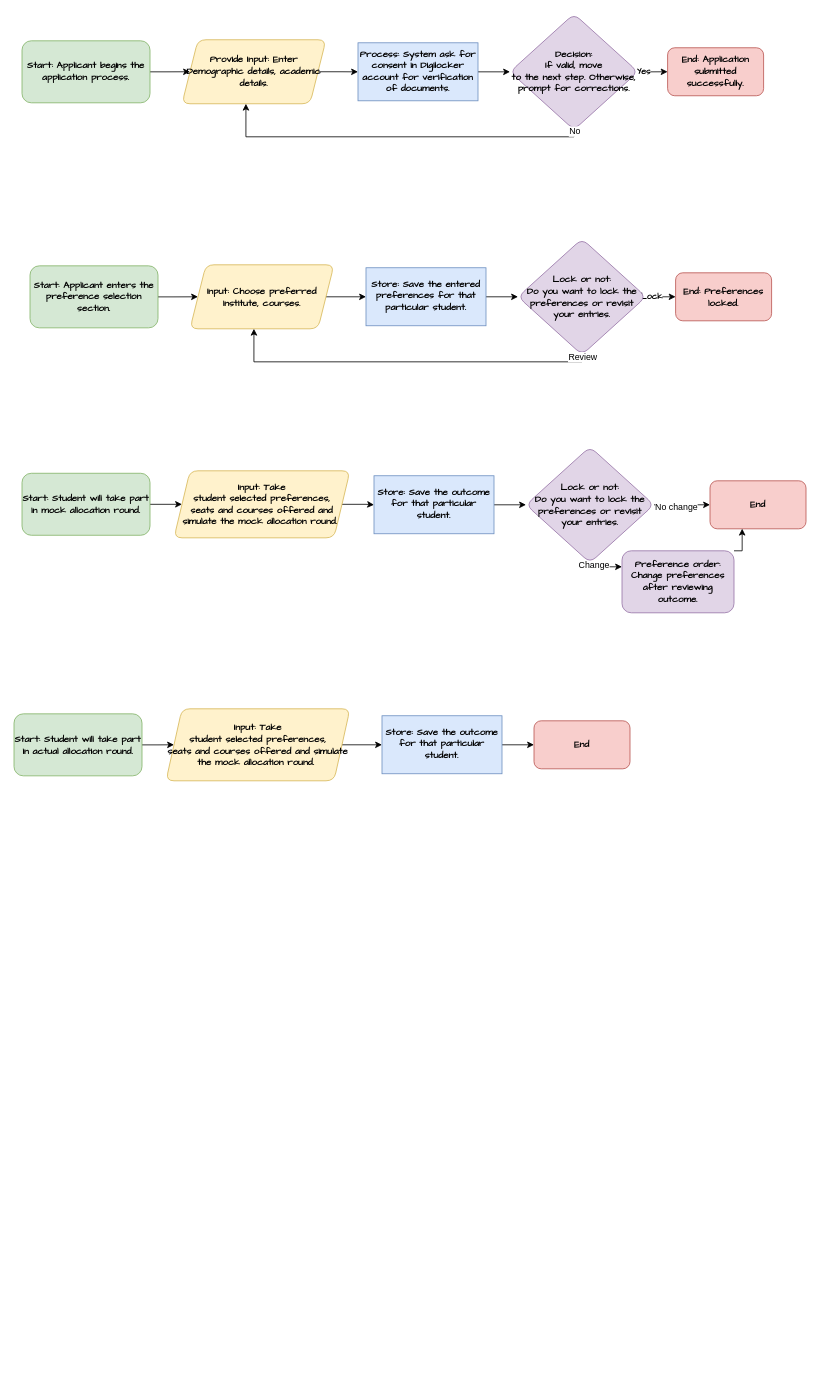
Before: Architecture.drawio in prateek1o1/draw.io, a draw.io diagram. Source tidied: cells renumbered, new cells numbered last; positions are measured from the earlier drawing's top-left corner, leaving out a move shared by most shapes. Both pictures are drawn from the tidied source at 80%, with x=0, y=0 at pixel (14, 14). Pictures stored in the file or linked from it are replaced by grey dashed boxes.
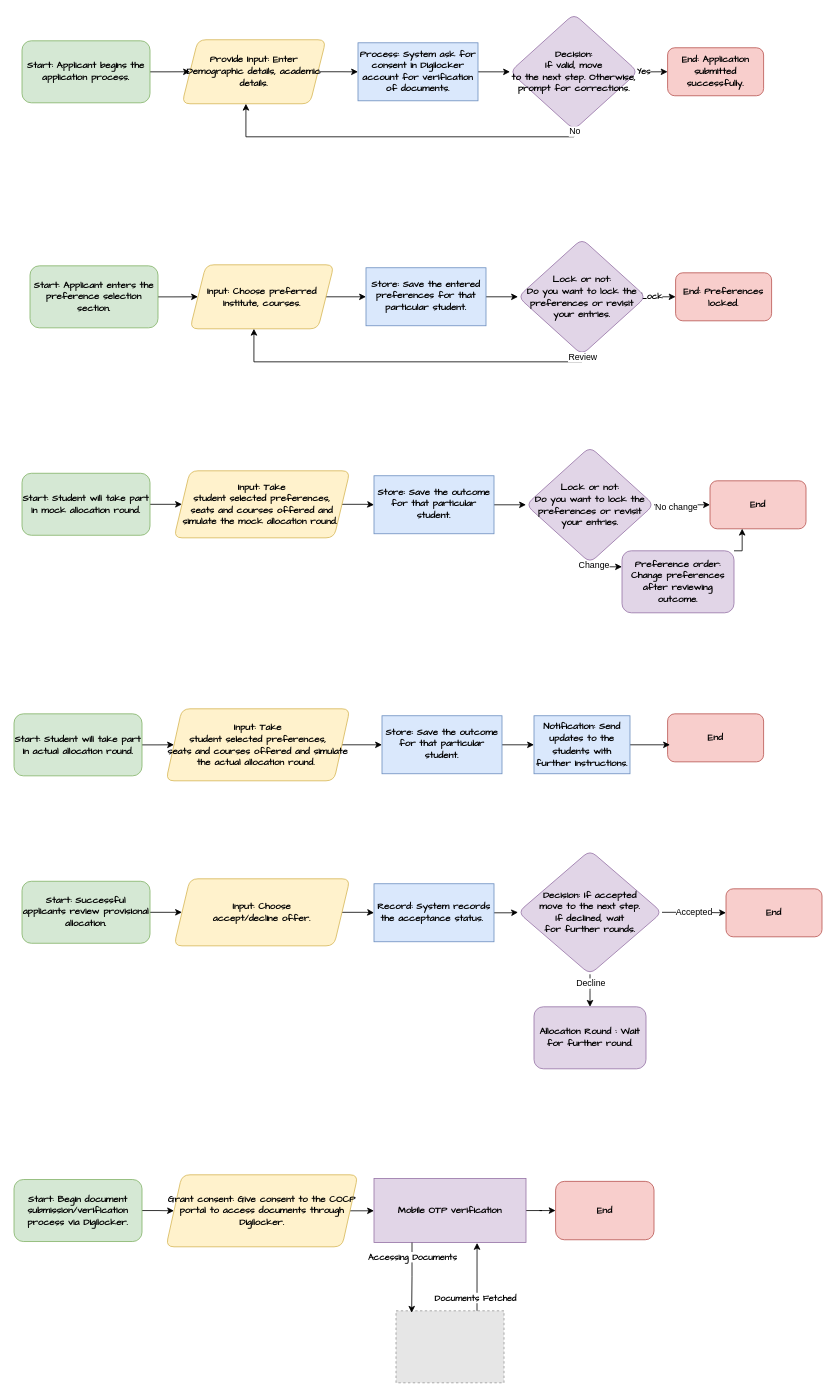
After the change.

Diff of the diagram source:
```diff
@@
-    <mxCell id="43" value="Input: Take &lt;br&gt;student selected preferences, &lt;br&gt;seats and courses offered and simulate the mock allocation round.&amp;nbsp;" style="shape=parallelogram;perimeter=parallelogramPerimeter;whiteSpace=wrap;html=1;fixedSize=1;align=center;rounded=1;fontStyle=1;fontFamily=Comic Sans MS;fillColor=#fff2cc;strokeColor=#d6b656;" parent="1" vertex="1">
+    <mxCell id="43" value="Input: Take &lt;br&gt;student selected preferences, &lt;br&gt;seats and courses offered and simulate the actual allocation round.&amp;nbsp;" style="shape=parallelogram;perimeter=parallelogramPerimeter;whiteSpace=wrap;html=1;fixedSize=1;align=center;rounded=1;fontStyle=1;fontFamily=Comic Sans MS;fillColor=#fff2cc;strokeColor=#d6b656;" parent="1" vertex="1">
       <mxGeometry x="190" y="868.5" width="230" height="90" as="geometry" />
     </mxCell>
@@
     <mxCell id="46" value="End" style="whiteSpace=wrap;html=1;rounded=1;fontStyle=1;fontFamily=Comic Sans MS;fillColor=#f8cecc;strokeColor=#b85450;" parent="1" vertex="1">
-      <mxGeometry x="650" y="883.5" width="120" height="60" as="geometry" />
+      <mxGeometry x="817" y="874.8" width="120" height="60" as="geometry" />
     </mxCell>
+    <mxCell id="47" style="edgeStyle=orthogonalEdgeStyle;rounded=0;jettySize=auto;html=1;" parent="1" edge="1" source="48">
+      <mxGeometry relative="1" as="geometry">
+        <mxPoint x="820" y="913.5" as="targetPoint" />
+      </mxGeometry>
+    </mxCell>
+    <mxCell id="48" value="&lt;font face=&quot;Comic Sans MS&quot;&gt;&lt;b&gt;Notification: Send updates to the students with further instructions.&lt;/b&gt;&lt;/font&gt;" style="rounded=0;whiteSpace=wrap;html=1;fillColor=#dae8fc;strokeColor=#6c8ebf;" parent="1" vertex="1">
+      <mxGeometry x="650" y="877.2" width="120" height="72.5" as="geometry" />
+    </mxCell>
+    <mxCell id="49" style="edgeStyle=orthogonalEdgeStyle;rounded=0;jettySize=auto;html=1;fontStyle=1;fontFamily=Comic Sans MS;" parent="1" edge="1" source="50" target="52">
+      <mxGeometry relative="1" as="geometry" />
+    </mxCell>
+    <mxCell id="50" value="Start: Successful applicants review provisional allocation." style="rounded=1;whiteSpace=wrap;html=1;align=center;fontStyle=1;fontFamily=Comic Sans MS;fillColor=#d5e8d4;strokeColor=#82b366;" parent="1" vertex="1">
+      <mxGeometry x="10" y="1084.1" width="160" height="77.5" as="geometry" />
+    </mxCell>
+    <mxCell id="51" style="edgeStyle=orthogonalEdgeStyle;rounded=0;jettySize=auto;html=1;fontStyle=1;fontFamily=Comic Sans MS;" parent="1" edge="1" source="52" target="54">
+      <mxGeometry relative="1" as="geometry" />
+    </mxCell>
+    <mxCell id="52" value="Input: Choose &lt;br&gt;accept/decline offer." style="shape=parallelogram;perimeter=parallelogramPerimeter;whiteSpace=wrap;html=1;fixedSize=1;align=center;rounded=1;fontStyle=1;fontFamily=Comic Sans MS;fillColor=#fff2cc;strokeColor=#d6b656;" parent="1" vertex="1">
+      <mxGeometry x="200" y="1081" width="220" height="83.8" as="geometry" />
+    </mxCell>
+    <mxCell id="53" style="edgeStyle=orthogonalEdgeStyle;rounded=0;jettySize=auto;html=1;fontStyle=1;fontFamily=Comic Sans MS;" parent="1" edge="1" source="54" target="59">
+      <mxGeometry relative="1" as="geometry" />
+    </mxCell>
+    <mxCell id="54" value="Record: System records the acceptance status.&amp;nbsp;" style="whiteSpace=wrap;html=1;fontStyle=1;fontFamily=Comic Sans MS;fillColor=#dae8fc;strokeColor=#6c8ebf;" parent="1" vertex="1">
+      <mxGeometry x="450" y="1087.2" width="150" height="72.5" as="geometry" />
+    </mxCell>
+    <mxCell id="55" style="edgeStyle=orthogonalEdgeStyle;rounded=0;jettySize=auto;html=1;fontStyle=1;fontFamily=Comic Sans MS;" parent="1" edge="1" source="59" target="60">
+      <mxGeometry relative="1" as="geometry" />
+    </mxCell>
+    <mxCell id="56" value="Accepted" style="edgeLabel;html=1;align=center;verticalAlign=middle;" parent="55" vertex="1">
+      <mxGeometry x="-0.69" y="4" relative="1" as="geometry">
+        <mxPoint x="27" y="4" as="offset" />
+      </mxGeometry>
+    </mxCell>
+    <mxCell id="57" style="edgeStyle=orthogonalEdgeStyle;rounded=0;jettySize=auto;html=1;entryX=0.5;entryY=0;entryDx=0;entryDy=0;" parent="1" edge="1" source="59" target="61">
+      <mxGeometry relative="1" as="geometry">
+        <Array as="points">
+          <mxPoint x="720" y="1221" />
+          <mxPoint x="720" y="1221" />
+        </Array>
+      </mxGeometry>
+    </mxCell>
+    <mxCell id="58" value="Decline" style="edgeLabel;html=1;align=center;verticalAlign=middle;" parent="57" vertex="1">
+      <mxGeometry x="-0.67" y="-4" relative="1" as="geometry">
+        <mxPoint x="4" y="4" as="offset" />
+      </mxGeometry>
+    </mxCell>
+    <mxCell id="59" value="Decision: If accepted &lt;br&gt;move to the next step. &lt;br&gt;If declined, wait &lt;br&gt;for further rounds." style="rhombus;whiteSpace=wrap;html=1;rounded=1;fontStyle=1;fontFamily=Comic Sans MS;fillColor=#e1d5e7;strokeColor=#9673a6;" parent="1" vertex="1">
+      <mxGeometry x="630" y="1045.4" width="180" height="155" as="geometry" />
+    </mxCell>
+    <mxCell id="60" value="End" style="whiteSpace=wrap;html=1;rounded=1;fontStyle=1;fontFamily=Comic Sans MS;fillColor=#f8cecc;strokeColor=#b85450;" parent="1" vertex="1">
+      <mxGeometry x="890" y="1093.5" width="120" height="60" as="geometry" />
+    </mxCell>
+    <mxCell id="61" value="Allocation Round : Wait for further round." style="whiteSpace=wrap;html=1;fontFamily=Comic Sans MS;fillColor=#e1d5e7;strokeColor=#9673a6;rounded=1;fontStyle=1;" parent="1" vertex="1">
+      <mxGeometry x="650" y="1241" width="140" height="77.5" as="geometry" />
+    </mxCell>
+    <mxCell id="62" style="edgeStyle=orthogonalEdgeStyle;rounded=0;jettySize=auto;html=1;fontStyle=1;fontFamily=Comic Sans MS;" parent="1" edge="1" source="63" target="65">
+      <mxGeometry relative="1" as="geometry" />
+    </mxCell>
+    <mxCell id="63" value="Start: Begin document submission/verification process via Digilocker." style="rounded=1;whiteSpace=wrap;html=1;align=center;fontStyle=1;fontFamily=Comic Sans MS;fillColor=#d5e8d4;strokeColor=#82b366;" parent="1" vertex="1">
+      <mxGeometry y="1456.9" width="160" height="77.5" as="geometry" />
+    </mxCell>
+    <mxCell id="64" style="edgeStyle=orthogonalEdgeStyle;rounded=0;jettySize=auto;html=1;fontStyle=1;fontFamily=Comic Sans MS;" parent="1" edge="1" source="65">
+      <mxGeometry relative="1" as="geometry">
+        <mxPoint x="450" y="1495.7" as="targetPoint" />
+      </mxGeometry>
+    </mxCell>
+    <mxCell id="65" value="Grant consent: Give consent to the COCP portal to access documents through Digilocker." style="shape=parallelogram;perimeter=parallelogramPerimeter;whiteSpace=wrap;html=1;fixedSize=1;align=center;rounded=1;fontStyle=1;fontFamily=Comic Sans MS;fillColor=#fff2cc;strokeColor=#d6b656;" parent="1" vertex="1">
+      <mxGeometry x="190" y="1451" width="240" height="90" as="geometry" />
+    </mxCell>
+    <mxCell id="66" style="edgeStyle=orthogonalEdgeStyle;rounded=0;jettySize=auto;html=1;fontStyle=1;fontFamily=Comic Sans MS;" parent="1" edge="1" source="67" target="69">
+      <mxGeometry relative="1" as="geometry" />
+    </mxCell>
+    <mxCell id="67" value="Mobile OTP verification" style="rounded=0;whiteSpace=wrap;html=1;fillColor=#e1d5e7;strokeColor=#9673a6;fontStyle=1;fontFamily=Comic Sans MS;" parent="1" vertex="1">
+      <mxGeometry x="450" y="1455.7" width="190" height="80" as="geometry" />
+    </mxCell>
+    <mxCell id="68" style="fillColor=#E6E6E6;strokeColor=#999999;dashed=1;verticalLabelPosition=bottom;labelBackgroundColor=default;verticalAlign=top;fontStyle=1;fontFamily=Comic Sans MS;" parent="1" vertex="1">
+      <mxGeometry x="477.5" y="1621" width="135" height="90" as="geometry" />
+    </mxCell>
+    <mxCell id="69" value="End" style="rounded=1;whiteSpace=wrap;html=1;fillColor=#f8cecc;strokeColor=#b85450;fontStyle=1;fontFamily=Comic Sans MS;" parent="1" vertex="1">
+      <mxGeometry x="677" y="1459.2" width="123" height="73" as="geometry" />
+    </mxCell>
+    <mxCell id="70" style="edgeStyle=orthogonalEdgeStyle;rounded=0;jettySize=auto;html=1;exitX=0.25;exitY=1;exitDx=0;exitDy=0;entryX=0.145;entryY=0.027;entryDx=0;entryDy=0;entryPerimeter=0;fontStyle=1;fontFamily=Comic Sans MS;" parent="1" edge="1" source="67" target="68">
+      <mxGeometry relative="1" as="geometry" />
+    </mxCell>
+    <mxCell id="71" value="Accessing Documents" style="edgeLabel;html=1;align=center;verticalAlign=middle;fontStyle=1;fontFamily=Comic Sans MS;" parent="70" vertex="1">
+      <mxGeometry x="-0.58" relative="1" as="geometry">
+        <mxPoint y="-1" as="offset" />
+      </mxGeometry>
+    </mxCell>
+    <mxCell id="72" style="edgeStyle=orthogonalEdgeStyle;rounded=0;jettySize=auto;html=1;exitX=0.75;exitY=0;exitDx=0;exitDy=0;entryX=0.678;entryY=1.006;entryDx=0;entryDy=0;entryPerimeter=0;fontStyle=1;fontFamily=Comic Sans MS;" parent="1" edge="1" source="68" target="67">
+      <mxGeometry relative="1" as="geometry" />
+    </mxCell>
+    <mxCell id="73" value="Documents Fetched&amp;nbsp;" style="edgeLabel;html=1;align=center;verticalAlign=middle;fontStyle=1;fontFamily=Comic Sans MS;" parent="72" vertex="1">
+      <mxGeometry x="-0.61" relative="1" as="geometry" />
+    </mxCell>
```
